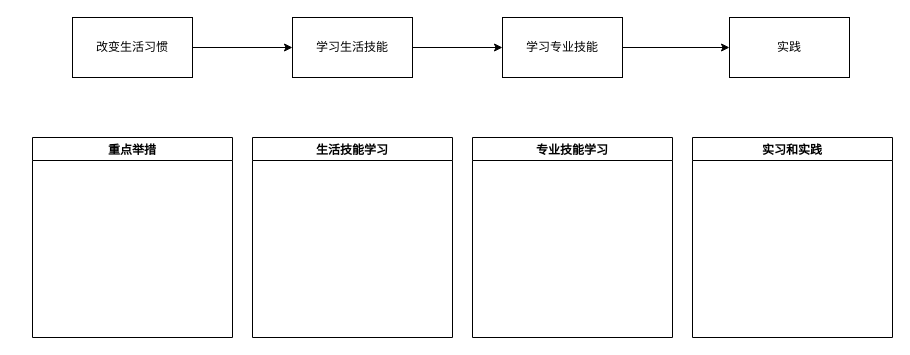
Before: family/how-to-help-kids-future.drawio in q30china/draw, a draw.io diagram. Source tidied: cells renumbered, new cells numbered last; positions are measured from the earlier drawing's top-left corner, leaving out a move shared by most shapes. Both pictures are drawn from the tidied source at 100%, with x=0, y=0 at pixel (32, 17).
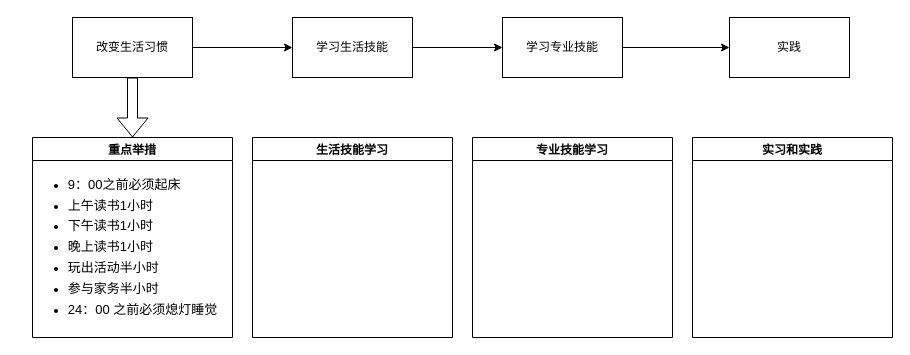
Above is the later version.

The edit, as a diff of the source:
```diff
@@
 <mxGraphModel>
   <root>
     <mxCell id="0" />
     <mxCell id="1" parent="0" />
     <mxCell id="2" value="重点举措" style="swimlane;" parent="1" vertex="1">
       <mxGeometry y="120" width="200" height="200" as="geometry" />
     </mxCell>
+    <mxCell id="14" value="&lt;div style=&quot;line-height: 160%;&quot;&gt;&lt;div style=&quot;text-align: left;&quot;&gt;&lt;ul&gt;&lt;li&gt;&lt;font style=&quot;line-height: 160%; font-size: 13px;&quot;&gt;9：00之前必须起床&lt;/font&gt;&lt;/li&gt;&lt;li&gt;&lt;font style=&quot;line-height: 160%; font-size: 13px;&quot;&gt;上午读书1小时&lt;/font&gt;&lt;/li&gt;&lt;li&gt;&lt;font style=&quot;line-height: 160%; font-size: 13px;&quot;&gt;下午读书1小时&lt;/font&gt;&lt;/li&gt;&lt;li&gt;&lt;font style=&quot;line-height: 160%; font-size: 13px;&quot;&gt;晚上读书1小时&lt;/font&gt;&lt;/li&gt;&lt;li&gt;&lt;font style=&quot;line-height: 160%; font-size: 13px;&quot;&gt;玩出活动半小时&lt;/font&gt;&lt;/li&gt;&lt;li&gt;&lt;font style=&quot;line-height: 160%; font-size: 13px;&quot;&gt;参与家务半小时&lt;/font&gt;&lt;/li&gt;&lt;li&gt;&lt;span style=&quot;background-color: transparent; color: light-dark(rgb(0, 0, 0), rgb(255, 255, 255));&quot;&gt;&lt;font style=&quot;line-height: 160%; font-size: 13px;&quot;&gt;24：00 之前必须熄灯睡觉&lt;/font&gt;&lt;/span&gt;&lt;/li&gt;&lt;/ul&gt;&lt;/div&gt;&lt;div&gt;&lt;div&gt;&lt;/div&gt;&lt;/div&gt;&lt;/div&gt;" style="text;html=1;align=center;verticalAlign=middle;strokeColor=none;fillColor=none;" parent="2" vertex="1">
+      <mxGeometry x="-15" y="20" width="210" height="180" as="geometry" />
+    </mxCell>
     <mxCell id="3" style="group;" parent="1" vertex="1">
       <mxGeometry x="50" width="700" height="60" as="geometry" />
     </mxCell>
     <mxCell id="4" style="edgeStyle=orthogonalEdgeStyle;rounded=0;jettySize=auto;html=1;exitX=1;exitY=0.5;exitDx=0;exitDy=0;" parent="3" edge="1" source="5" target="7">
       <mxGeometry relative="1" as="geometry" />
     </mxCell>
     <mxCell id="5" value="改变生活习惯" style="rounded=0;whiteSpace=wrap;html=1;" parent="3" vertex="1">
       <mxGeometry x="-10" width="120" height="60" as="geometry" />
     </mxCell>
     <mxCell id="6" style="edgeStyle=orthogonalEdgeStyle;rounded=0;jettySize=auto;html=1;exitX=1;exitY=0.5;exitDx=0;exitDy=0;" parent="3" edge="1" source="7" target="8">
       <mxGeometry relative="1" as="geometry" />
     </mxCell>
     <mxCell id="7" value="学习生活技能" style="rounded=0;whiteSpace=wrap;html=1;" parent="3" vertex="1">
       <mxGeometry x="210" width="120" height="60" as="geometry" />
     </mxCell>
     <mxCell id="8" value="学习专业技能" style="rounded=0;whiteSpace=wrap;html=1;" parent="3" vertex="1">
       <mxGeometry x="420" width="120" height="60" as="geometry" />
     </mxCell>
     <mxCell id="9" value="生活技能学习" style="swimlane;" parent="1" vertex="1">
       <mxGeometry x="220" y="120" width="200" height="200" as="geometry" />
     </mxCell>
     <mxCell id="10" value="专业技能学习" style="swimlane;" parent="1" vertex="1">
       <mxGeometry x="440" y="120" width="200" height="200" as="geometry" />
     </mxCell>
     <mxCell id="11" value="实习和实践" style="swimlane;" parent="1" vertex="1">
       <mxGeometry x="660" y="120" width="200" height="200" as="geometry" />
     </mxCell>
     <mxCell id="12" value="实践" style="rounded=0;whiteSpace=wrap;html=1;" parent="1" vertex="1">
       <mxGeometry x="697" width="120" height="60" as="geometry" />
     </mxCell>
     <mxCell id="13" style="edgeStyle=orthogonalEdgeStyle;rounded=0;jettySize=auto;html=1;exitX=1;exitY=0.5;exitDx=0;exitDy=0;entryX=0;entryY=0.5;entryDx=0;entryDy=0;" parent="1" edge="1" source="8" target="12">
       <mxGeometry relative="1" as="geometry" />
     </mxCell>
+    <mxCell id="15" style="edgeStyle=orthogonalEdgeStyle;shape=flexArrow;rounded=0;jettySize=auto;html=1;exitX=0.5;exitY=1;exitDx=0;exitDy=0;entryX=0.5;entryY=0;entryDx=0;entryDy=0;" parent="1" edge="1" source="5" target="2">
+      <mxGeometry relative="1" as="geometry" />
+    </mxCell>
   </root>
 </mxGraphModel>
```
